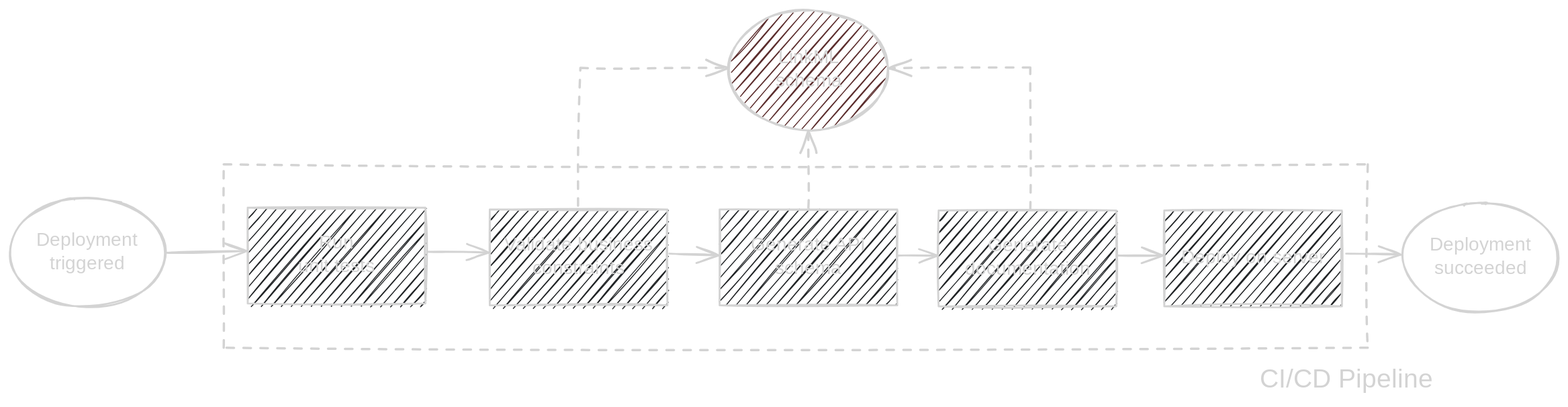
Earlier version of the Excalidraw export cimug2024/Attachments/index 2024-05-12 16.14.43.excalidraw.dark.svg (bartkl/presentations). Source tidied: one line per element, renumbered; positions are measured from the earlier drawing's top-left corner, leaving out a move shared by most shapes. Its diagram source:
```json
{"id": 0, "type": "ellipse", "strokeColor": "#1e1e1e", "strokeWidth": 2, "roughness": 1, "x": 0, "y": 201, "width": 166, "height": 116}
{"id": 1, "type": "text", "text": "Deployment\ntriggered", "strokeColor": "#1e1e1e", "strokeWidth": 2, "roughness": 1, "fontSize": 20, "fontFamily": 1, "textAlign": "center", "verticalAlign": "middle", "inside": 0, "x": 30, "y": 234, "width": 106, "height": 50}
{"id": 2, "type": "rectangle", "strokeColor": "#1e1e1e", "backgroundColor": "#e9ecef", "fillStyle": "hachure", "strokeWidth": 2, "roughness": 1, "x": 511, "y": 213, "width": 189, "height": 102}
{"id": 3, "type": "text", "text": "Validate business\nconstraints", "strokeColor": "#1e1e1e", "strokeWidth": 2, "roughness": 1, "fontSize": 20, "fontFamily": 1, "textAlign": "center", "verticalAlign": "middle", "inside": 2, "x": 521, "y": 239, "width": 169, "height": 50}
{"id": 4, "type": "rectangle", "strokeColor": "#1e1e1e", "backgroundColor": "#e9ecef", "fillStyle": "hachure", "strokeWidth": 2, "roughness": 1, "x": 254, "y": 211, "width": 189, "height": 102}
{"id": 5, "type": "text", "text": "Run\nunit tests", "strokeColor": "#1e1e1e", "strokeWidth": 2, "roughness": 1, "fontSize": 20, "fontFamily": 1, "textAlign": "center", "verticalAlign": "middle", "inside": 4, "x": 297, "y": 237, "width": 102, "height": 50}
{"id": 6, "type": "ellipse", "strokeColor": "#1e1e1e", "backgroundColor": "#ffc9c9", "fillStyle": "hachure", "strokeWidth": 2, "roughness": 1, "x": 766, "y": 0, "width": 169, "height": 128}
{"id": 7, "type": "text", "text": "LinkML\nschema", "strokeColor": "#1e1e1e", "strokeWidth": 2, "roughness": 1, "fontSize": 20, "fontFamily": 1, "textAlign": "center", "verticalAlign": "middle", "inside": 6, "x": 817, "y": 39, "width": 68, "height": 50}
{"id": 8, "type": "arrow", "strokeColor": "#1e1e1e", "strokeWidth": 2, "strokeStyle": "dashed", "roughness": 1, "endArrowhead": "arrow", "from": 2, "to": 6, "x": 605, "y": 209, "width": 160, "height": 147, "points": [[0, 0], [3, -147], [160, -147]]}
{"id": 9, "type": "rectangle", "strokeColor": "#1e1e1e", "backgroundColor": "#e9ecef", "fillStyle": "hachure", "strokeWidth": 2, "roughness": 1, "x": 756, "y": 213, "width": 189, "height": 102}
{"id": 10, "type": "text", "text": "Generate API\nschema", "strokeColor": "#1e1e1e", "strokeWidth": 2, "roughness": 1, "fontSize": 20, "fontFamily": 1, "textAlign": "center", "verticalAlign": "middle", "inside": 9, "x": 781, "y": 239, "width": 138, "height": 50}
{"id": 11, "type": "rectangle", "strokeColor": "#1e1e1e", "backgroundColor": "#e9ecef", "fillStyle": "hachure", "strokeWidth": 2, "roughness": 1, "x": 988, "y": 214, "width": 189, "height": 102}
{"id": 12, "type": "text", "text": "Generate\ndocumentation", "strokeColor": "#1e1e1e", "strokeWidth": 2, "roughness": 1, "fontSize": 20, "fontFamily": 1, "textAlign": "center", "verticalAlign": "middle", "inside": 11, "x": 1014, "y": 240, "width": 138, "height": 50}
{"id": 13, "type": "rectangle", "strokeColor": "#1e1e1e", "backgroundColor": "#e9ecef", "fillStyle": "hachure", "strokeWidth": 2, "roughness": 1, "x": 1228, "y": 214, "width": 189, "height": 102}
{"id": 14, "type": "text", "text": "Deploy on server", "strokeColor": "#1e1e1e", "strokeWidth": 2, "roughness": 1, "fontSize": 20, "fontFamily": 1, "textAlign": "center", "verticalAlign": "middle", "inside": 13, "x": 1242, "y": 252, "width": 163, "height": 25}
{"id": 15, "type": "arrow", "strokeColor": "#1e1e1e", "strokeWidth": 2, "strokeStyle": "dashed", "roughness": 1, "endArrowhead": "arrow", "from": 11, "to": 6, "x": 1086, "y": 213, "width": 150, "height": 151, "points": [[0, 0], [0, -151], [-150, -150]]}
{"id": 16, "type": "arrow", "strokeColor": "#1e1e1e", "strokeWidth": 2, "roughness": 1, "endArrowhead": "arrow", "from": 0, "to": 4, "x": 167, "y": 259, "width": 86, "height": 2, "points": [[0, 0], [86, -2]]}
{"id": 17, "type": "arrow", "strokeColor": "#1e1e1e", "strokeWidth": 2, "roughness": 1, "endArrowhead": "arrow", "from": 4, "to": 2, "x": 445, "y": 258, "width": 65, "height": 1, "points": [[0, 0], [65, 1]]}
{"id": 18, "type": "arrow", "strokeColor": "#1e1e1e", "strokeWidth": 2, "roughness": 1, "endArrowhead": "arrow", "from": 2, "to": 9, "x": 702, "y": 260, "width": 53, "height": 2, "points": [[0, 0], [53, 2]]}
{"id": 19, "type": "arrow", "strokeColor": "#1e1e1e", "strokeWidth": 2, "roughness": 1, "endArrowhead": "arrow", "from": 9, "to": 11, "x": 946, "y": 262, "width": 42, "height": 0, "points": [[0, 0], [42, 0]]}
{"id": 20, "type": "arrow", "strokeColor": "#1e1e1e", "strokeWidth": 2, "roughness": 1, "endArrowhead": "arrow", "from": 11, "to": 13, "x": 1178, "y": 262, "width": 49, "height": 0, "points": [[0, 0], [49, 0]]}
{"id": 21, "type": "ellipse", "strokeColor": "#1e1e1e", "strokeWidth": 2, "roughness": 1, "x": 1482, "y": 206, "width": 166, "height": 116}
{"id": 22, "type": "text", "text": "Deployment\nsucceeded", "strokeColor": "#1e1e1e", "strokeWidth": 2, "roughness": 1, "fontSize": 20, "fontFamily": 1, "textAlign": "center", "verticalAlign": "middle", "inside": 21, "x": 1512, "y": 239, "width": 106, "height": 50}
{"id": 23, "type": "arrow", "strokeColor": "#1e1e1e", "backgroundColor": "#ffc9c9", "fillStyle": "hachure", "strokeWidth": 2, "roughness": 1, "endArrowhead": "arrow", "from": 13, "to": 21, "x": 1422, "y": 260, "width": 58, "height": 1, "points": [[0, 0], [58, 1]]}
{"id": 24, "type": "rectangle", "strokeColor": "#1e1e1e", "strokeWidth": 2, "strokeStyle": "dashed", "roughness": 1, "x": 228, "y": 165, "width": 1217, "height": 195}
{"id": 25, "type": "text", "text": "CI/CD Pipeline", "strokeColor": "#1e1e1e", "strokeWidth": 2, "strokeStyle": "dotted", "roughness": 1, "fontSize": 28, "fontFamily": 1, "x": 1330, "y": 378, "width": 197, "height": 35}
{"id": 26, "type": "arrow", "strokeColor": "#1e1e1e", "strokeWidth": 2, "strokeStyle": "dashed", "roughness": 1, "endArrowhead": "arrow", "from": 9, "to": 6, "x": 850, "y": 211, "width": 0, "height": 82, "points": [[0, 0], [0, -82]]}
```
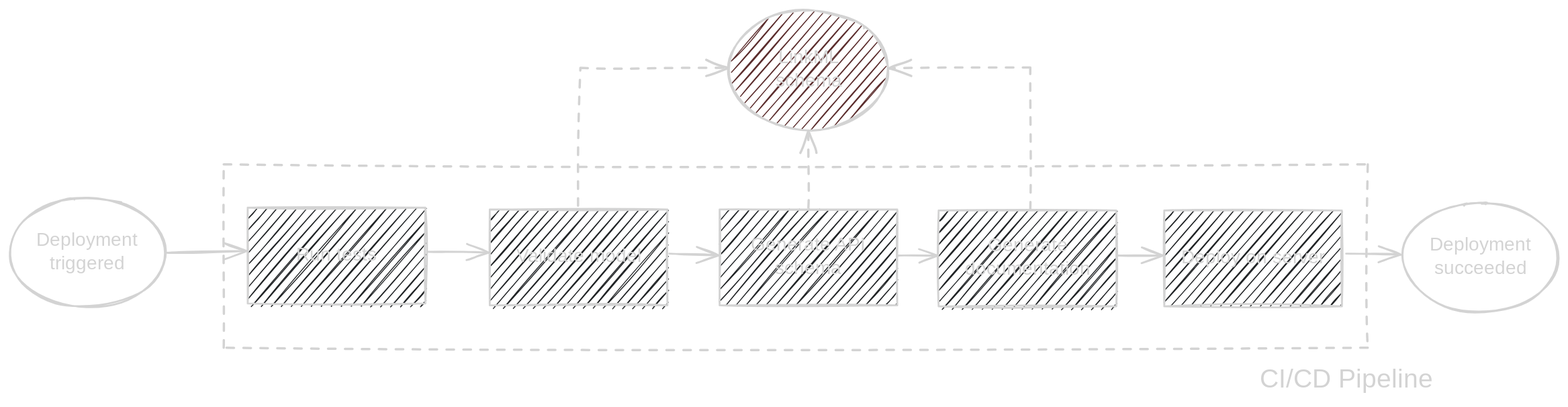
Above is the later version.

Commit message:
Fixed validate step in ci/cd example and added open source mention for linkml

Change to the diagram source:
```diff
@@ -1,9 +1,9 @@
 {"id": 0, "type": "ellipse", "strokeColor": "#1e1e1e", "strokeWidth": 2, "roughness": 1, "x": 0, "y": 201, "width": 166, "height": 116}
 {"id": 1, "type": "text", "text": "Deployment\ntriggered", "strokeColor": "#1e1e1e", "strokeWidth": 2, "roughness": 1, "fontSize": 20, "fontFamily": 1, "textAlign": "center", "verticalAlign": "middle", "inside": 0, "x": 30, "y": 234, "width": 106, "height": 50}
 {"id": 2, "type": "rectangle", "strokeColor": "#1e1e1e", "backgroundColor": "#e9ecef", "fillStyle": "hachure", "strokeWidth": 2, "roughness": 1, "x": 511, "y": 213, "width": 189, "height": 102}
-{"id": 3, "type": "text", "text": "Validate business\nconstraints", "strokeColor": "#1e1e1e", "strokeWidth": 2, "roughness": 1, "fontSize": 20, "fontFamily": 1, "textAlign": "center", "verticalAlign": "middle", "inside": 2, "x": 521, "y": 239, "width": 169, "height": 50}
+{"id": 3, "type": "text", "text": "Validate model", "strokeColor": "#1e1e1e", "strokeWidth": 2, "roughness": 1, "fontSize": 20, "fontFamily": 1, "textAlign": "center", "verticalAlign": "middle", "inside": 2, "x": 535, "y": 251, "width": 142, "height": 25}
 {"id": 4, "type": "rectangle", "strokeColor": "#1e1e1e", "backgroundColor": "#e9ecef", "fillStyle": "hachure", "strokeWidth": 2, "roughness": 1, "x": 254, "y": 211, "width": 189, "height": 102}
-{"id": 5, "type": "text", "text": "Run\nunit tests", "strokeColor": "#1e1e1e", "strokeWidth": 2, "roughness": 1, "fontSize": 20, "fontFamily": 1, "textAlign": "center", "verticalAlign": "middle", "inside": 4, "x": 297, "y": 237, "width": 102, "height": 50}
+{"id": 5, "type": "text", "text": "Run tests", "strokeColor": "#1e1e1e", "strokeWidth": 2, "roughness": 1, "fontSize": 20, "fontFamily": 1, "textAlign": "center", "verticalAlign": "middle", "inside": 4, "x": 298, "y": 249, "width": 100, "height": 25}
 {"id": 6, "type": "ellipse", "strokeColor": "#1e1e1e", "backgroundColor": "#ffc9c9", "fillStyle": "hachure", "strokeWidth": 2, "roughness": 1, "x": 766, "y": 0, "width": 169, "height": 128}
 {"id": 7, "type": "text", "text": "LinkML\nschema", "strokeColor": "#1e1e1e", "strokeWidth": 2, "roughness": 1, "fontSize": 20, "fontFamily": 1, "textAlign": "center", "verticalAlign": "middle", "inside": 6, "x": 817, "y": 39, "width": 68, "height": 50}
 {"id": 8, "type": "arrow", "strokeColor": "#1e1e1e", "strokeWidth": 2, "strokeStyle": "dashed", "roughness": 1, "endArrowhead": "arrow", "from": 2, "to": 6, "x": 605, "y": 209, "width": 160, "height": 147, "points": [[0, 0], [3, -147], [160, -147]]}
```
